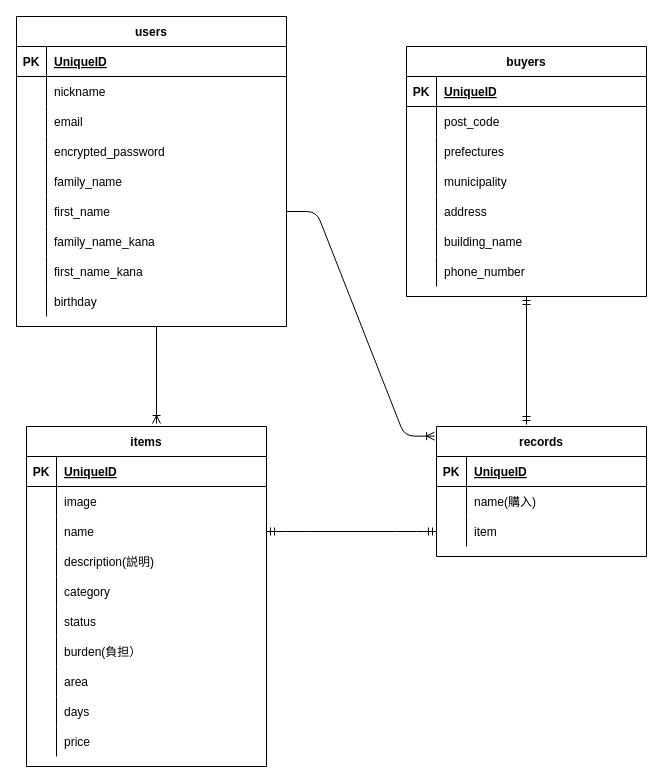
Above: test.dio in ueda1212/furima-34522 (draw.io), before the change. Source tidied: cells renumbered, new cells numbered last; positions are measured from the earlier drawing's top-left corner, leaving out a move shared by most shapes. Both pictures are drawn from the tidied source at 100%, with x=0, y=0 at pixel (16, 16).
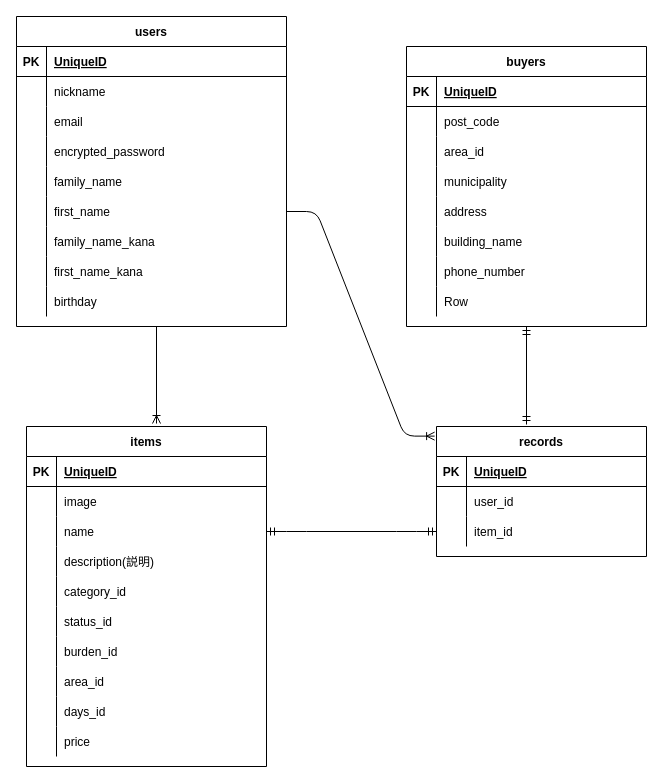
The same page after the edit.

Commit message:
テーブル設計訂正４

Unchanged cells that the change refers to:
```xml
<mxCell id="15" style="shape=partialRectangle;fillColor=none;top=0;left=0;bottom=0;right=0;" parent="2" vertex="1">
  <mxGeometry y="150" width="240" height="30" as="geometry" />
</mxCell>
<mxCell id="18" style="shape=partialRectangle;fillColor=none;top=0;left=0;bottom=0;right=0;" parent="2" vertex="1">
  <mxGeometry y="180" width="240" height="30" as="geometry" />
</mxCell>
<mxCell id="21" style="shape=partialRectangle;fillColor=none;top=0;left=0;bottom=0;right=0;" parent="2" vertex="1">
  <mxGeometry y="210" width="240" height="30" as="geometry" />
</mxCell>
<mxCell id="24" style="shape=partialRectangle;fillColor=none;top=0;left=0;bottom=0;right=0;" parent="2" vertex="1">
  <mxGeometry y="240" width="240" height="30" as="geometry" />
</mxCell>
<mxCell id="27" style="shape=partialRectangle;fillColor=none;top=0;left=0;bottom=0;right=0;" parent="2" vertex="1">
  <mxGeometry y="270" width="240" height="30" as="geometry" />
</mxCell>
<mxCell id="69" style="shape=partialRectangle;fillColor=none;top=0;left=0;bottom=0;right=0;" parent="62" vertex="1">
  <mxGeometry y="90" width="240" height="30" as="geometry" />
</mxCell>
<mxCell id="88" style="shape=partialRectangle;fillColor=none;top=0;left=0;bottom=0;right=0;" parent="84" vertex="1">
  <mxGeometry y="60" width="210" height="30" as="geometry" />
</mxCell>
<mxCell id="91" style="shape=partialRectangle;fillColor=none;top=0;left=0;bottom=0;right=0;points=[[0,0.5],[1,0.5]];portConstraint=eastwest;" parent="84" vertex="1">
  <mxGeometry y="90" width="210" height="30" as="geometry" />
</mxCell>
```

Diff of the diagram source:
```diff
@@
-    <mxCell id="17" value="category" style="shape=partialRectangle;fillColor=none;top=0;left=0;bottom=0;right=0;align=left;spacingLeft=6;overflow=hidden;" parent="15" vertex="1">
+    <mxCell id="17" value="category_id" style="shape=partialRectangle;fillColor=none;top=0;left=0;bottom=0;right=0;align=left;spacingLeft=6;overflow=hidden;" parent="15" vertex="1">
       <mxGeometry x="30" width="210" height="30" as="geometry" />
     </mxCell>
@@
-    <mxCell id="20" value="status" style="shape=partialRectangle;fillColor=none;top=0;left=0;bottom=0;right=0;align=left;spacingLeft=6;overflow=hidden;" parent="18" vertex="1">
+    <mxCell id="20" value="status_id" style="shape=partialRectangle;fillColor=none;top=0;left=0;bottom=0;right=0;align=left;spacingLeft=6;overflow=hidden;" parent="18" vertex="1">
       <mxGeometry x="30" width="210" height="30" as="geometry" />
     </mxCell>
@@
-    <mxCell id="23" value="burden(負担）" style="shape=partialRectangle;fillColor=none;top=0;left=0;bottom=0;right=0;align=left;spacingLeft=6;overflow=hidden;" parent="21" vertex="1">
+    <mxCell id="23" value="burden_id" style="shape=partialRectangle;fillColor=none;top=0;left=0;bottom=0;right=0;align=left;spacingLeft=6;overflow=hidden;" parent="21" vertex="1">
       <mxGeometry x="30" width="210" height="30" as="geometry" />
     </mxCell>
@@
-    <mxCell id="26" value="area" style="shape=partialRectangle;fillColor=none;top=0;left=0;bottom=0;right=0;align=left;spacingLeft=6;overflow=hidden;" parent="24" vertex="1">
+    <mxCell id="26" value="area_id" style="shape=partialRectangle;fillColor=none;top=0;left=0;bottom=0;right=0;align=left;spacingLeft=6;overflow=hidden;" parent="24" vertex="1">
       <mxGeometry x="30" width="210" height="30" as="geometry" />
     </mxCell>
@@
-    <mxCell id="29" value="days" style="shape=partialRectangle;fillColor=none;top=0;left=0;bottom=0;right=0;align=left;spacingLeft=6;overflow=hidden;" parent="27" vertex="1">
+    <mxCell id="29" value="days_id" style="shape=partialRectangle;fillColor=none;top=0;left=0;bottom=0;right=0;align=left;spacingLeft=6;overflow=hidden;" parent="27" vertex="1">
       <mxGeometry x="30" width="210" height="30" as="geometry" />
     </mxCell>
@@
     <mxCell id="62" value="buyers" style="shape=table;startSize=30;childLayout=tableLayout;rowLines=0;fontStyle=1;align=center;" parent="1" vertex="1">
-      <mxGeometry x="390" y="30" width="240" height="250" as="geometry" />
+      <mxGeometry x="390" y="30" width="240" height="280" as="geometry" />
     </mxCell>
@@
-    <mxCell id="71" value="prefectures" style="shape=partialRectangle;fillColor=none;top=0;left=0;bottom=0;right=0;align=left;spacingLeft=6;overflow=hidden;" parent="69" vertex="1">
+    <mxCell id="71" value="area_id" style="shape=partialRectangle;fillColor=none;top=0;left=0;bottom=0;right=0;align=left;spacingLeft=6;overflow=hidden;" parent="69" vertex="1">
       <mxGeometry x="30" width="210" height="30" as="geometry" />
     </mxCell>
@@
+    <mxCell id="97" style="shape=partialRectangle;fillColor=none;top=0;left=0;bottom=0;right=0;" parent="62" vertex="1">
+      <mxGeometry y="240" width="240" height="30" as="geometry" />
+    </mxCell>
+    <mxCell id="98" style="shape=partialRectangle;fillColor=none;top=0;left=0;bottom=0;right=0;overflow=hidden;" parent="97" vertex="1">
+      <mxGeometry width="30" height="30" as="geometry" />
+    </mxCell>
+    <mxCell id="99" value="Row" style="shape=partialRectangle;fillColor=none;top=0;left=0;bottom=0;right=0;align=left;spacingLeft=6;overflow=hidden;" parent="97" vertex="1">
+      <mxGeometry x="30" width="210" height="30" as="geometry" />
+    </mxCell>
@@
-    <mxCell id="90" value="name(購入)" style="shape=partialRectangle;fillColor=none;top=0;left=0;bottom=0;right=0;align=left;spacingLeft=6;overflow=hidden;" parent="88" vertex="1">
+    <mxCell id="90" value="user_id" style="shape=partialRectangle;fillColor=none;top=0;left=0;bottom=0;right=0;align=left;spacingLeft=6;overflow=hidden;" parent="88" vertex="1">
       <mxGeometry x="30" width="180" height="30" as="geometry" />
     </mxCell>
@@
-    <mxCell id="93" value="item" style="shape=partialRectangle;fillColor=none;top=0;left=0;bottom=0;right=0;align=left;spacingLeft=6;overflow=hidden;" parent="91" vertex="1">
+    <mxCell id="93" value="item_id" style="shape=partialRectangle;fillColor=none;top=0;left=0;bottom=0;right=0;align=left;spacingLeft=6;overflow=hidden;" parent="91" vertex="1">
       <mxGeometry x="30" width="180" height="30" as="geometry" />
     </mxCell>
```
